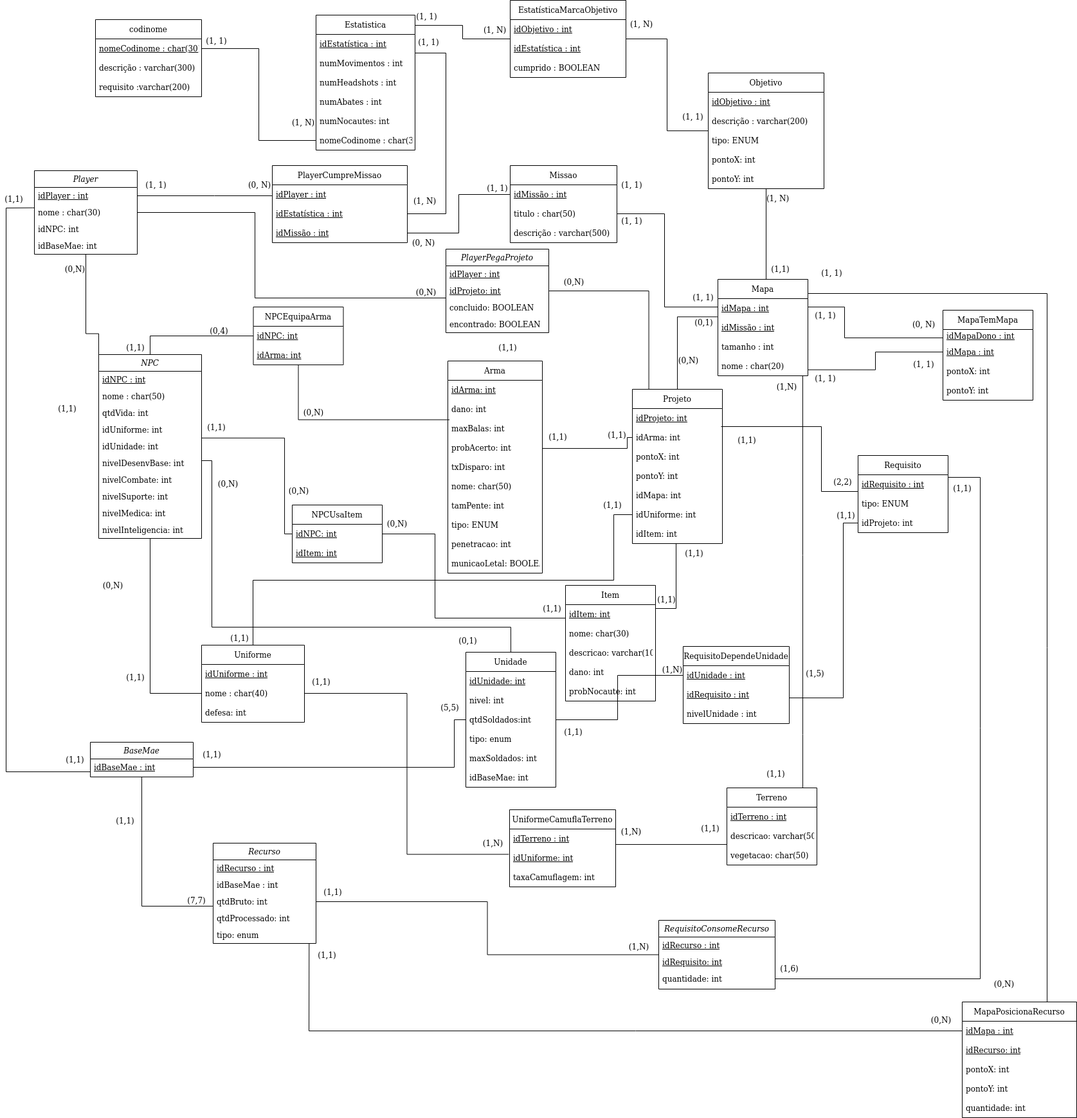
SBD1/Grupo02-MetalGearSolid keeps this draw.io diagram as documentos/MREL/MREL_V3.0drawio.drawio.png. Above is the earlier version. Source tidied: cells renumbered, new cells last; positions are measured from the earlier drawing's top-left corner, leaving out a move shared by most shapes.
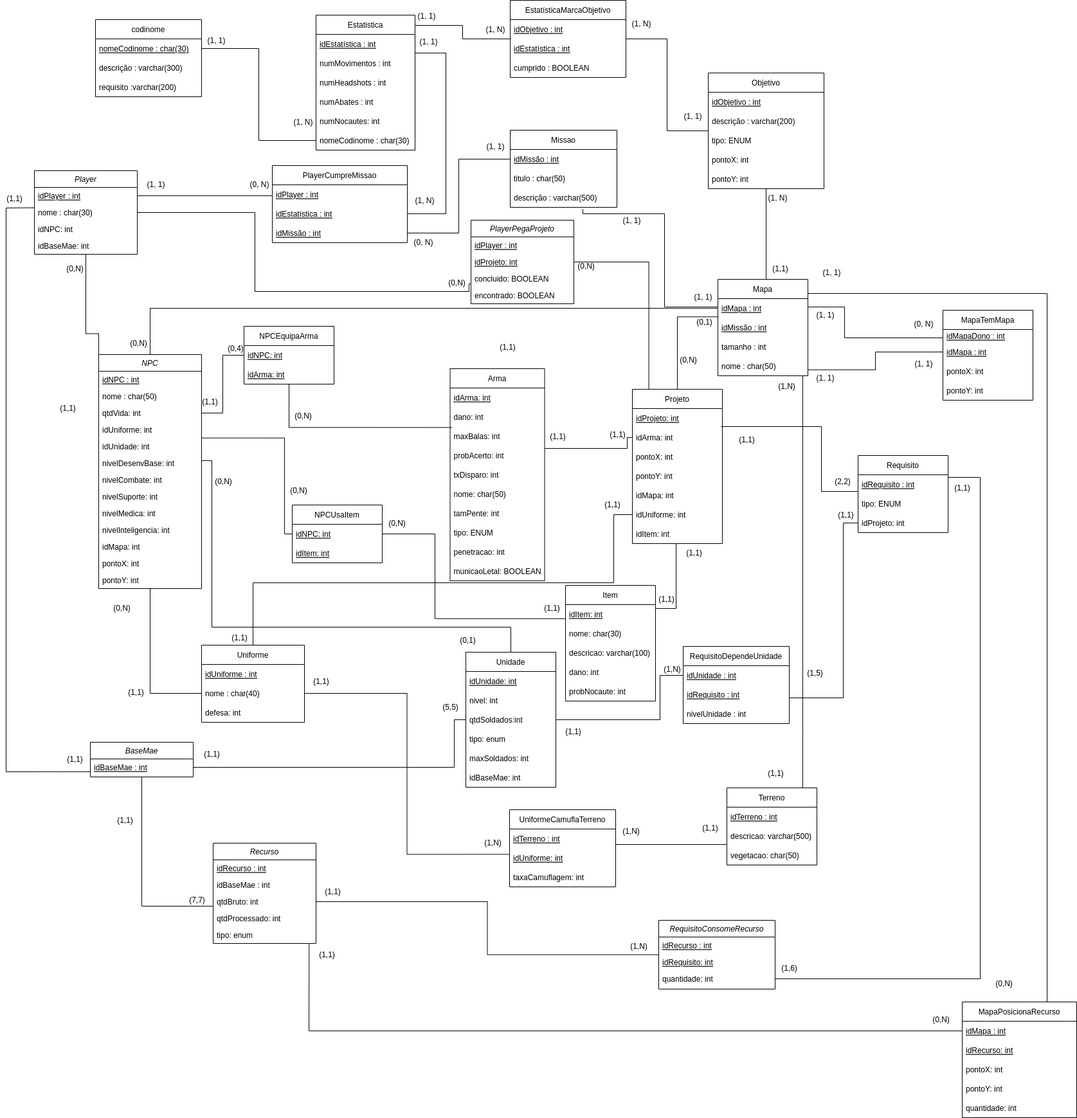
After the commit.

Commit message:
MREL atualizado, NPC nao tinha como ser posicionado no mapa antes

The edit, as a diff of the source:
```diff
@@ -56,7 +56,7 @@
       <mxGeometry y="180" width="154" height="30" as="geometry" />
     </mxCell>
     <mxCell id="19" value="Missao" style="swimlane;fontStyle=0;horizontal=1;startSize=30;" parent="1" vertex="1">
-      <mxGeometry x="793" y="257" width="166" height="120" as="geometry" />
+      <mxGeometry x="793" y="202" width="166" height="120" as="geometry" />
     </mxCell>
     <mxCell id="20" value="idMissão : int" style="text;strokeColor=none;fillColor=none;align=left;verticalAlign=middle;spacingLeft=4;spacingRight=4;overflow=hidden;points=[[0,0.5],[1,0.5]];portConstraint=eastwest;fontStyle=4;" parent="19" vertex="1">
       <mxGeometry y="30" width="166" height="30" as="geometry" />
@@ -114,7 +114,7 @@
     <mxCell id="34" value="tamanho : int" style="text;strokeColor=none;fillColor=none;align=left;verticalAlign=middle;spacingLeft=4;spacingRight=4;overflow=hidden;" parent="31" vertex="1">
       <mxGeometry y="90" width="140" height="30" as="geometry" />
     </mxCell>
-    <mxCell id="35" value="nome : char(20)" style="text;strokeColor=none;fillColor=none;align=left;verticalAlign=middle;spacingLeft=4;spacingRight=4;overflow=hidden;points=[[0,0.5],[1,0.5]];portConstraint=eastwest;" parent="31" vertex="1">
+    <mxCell id="35" value="nome : char(50)" style="text;strokeColor=none;fillColor=none;align=left;verticalAlign=middle;spacingLeft=4;spacingRight=4;overflow=hidden;points=[[0,0.5],[1,0.5]];portConstraint=eastwest;" parent="31" vertex="1">
       <mxGeometry y="120" width="140" height="30" as="geometry" />
     </mxCell>
     <mxCell id="36" style="edgeStyle=orthogonalEdgeStyle;rounded=0;jettySize=auto;html=1;entryX=1;entryY=0.5;entryDx=0;entryDy=0;endArrow=none;endFill=0;" parent="1" edge="1" source="13" target="10">
@@ -128,9 +128,10 @@
     <mxCell id="37" style="edgeStyle=orthogonalEdgeStyle;rounded=0;jettySize=auto;html=1;entryX=0;entryY=0.5;entryDx=0;entryDy=0;endArrow=none;endFill=0;" parent="1" edge="1" source="11" target="20">
       <mxGeometry relative="1" as="geometry" />
     </mxCell>
-    <mxCell id="38" style="edgeStyle=orthogonalEdgeStyle;rounded=0;jettySize=auto;html=1;endArrow=none;endFill=0;" parent="1" edge="1" source="21" target="31">
+    <mxCell id="38" style="edgeStyle=orthogonalEdgeStyle;rounded=0;jettySize=auto;html=1;endArrow=none;endFill=0;exitX=0.681;exitY=1.1;exitDx=0;exitDy=0;exitPerimeter=0;" parent="1" edge="1" source="22" target="31">
       <mxGeometry relative="1" as="geometry">
         <Array as="points">
+          <mxPoint x="906" y="332" />
           <mxPoint x="1033" y="332" />
           <mxPoint x="1033" y="477" />
         </Array>
@@ -140,11 +141,8 @@
       <mxGeometry x="636" y="299" width="48" height="26" as="geometry" />
     </mxCell>
     <mxCell id="40" value="(1, 1)" style="text;html=1;align=center;verticalAlign=middle;strokeColor=none;fillColor=none;" parent="1" vertex="1">
-      <mxGeometry x="743" y="277" width="60" height="30" as="geometry" />
+      <mxGeometry x="739.5" y="213" width="60" height="30" as="geometry" />
     </mxCell>
-    <mxCell id="41" value="(1, 1)" style="text;html=1;align=center;verticalAlign=middle;strokeColor=none;fillColor=none;" parent="1" vertex="1">
-      <mxGeometry x="951.5" y="272" width="60" height="30" as="geometry" />
-    </mxCell>
     <mxCell id="42" value="(1, 1)" style="text;html=1;align=center;verticalAlign=middle;strokeColor=none;fillColor=none;" parent="1" vertex="1">
       <mxGeometry x="1070" y="449" width="46" height="26" as="geometry" />
     </mxCell>
@@ -210,7 +208,7 @@
       </mxGeometry>
     </mxCell>
     <mxCell id="60" value="NPC" style="swimlane;fontStyle=2;align=center;verticalAlign=top;horizontal=1;startSize=26;rounded=0;shadow=0;strokeWidth=1;" parent="1" vertex="1">
-      <mxGeometry x="153" y="551" width="160" height="286" as="geometry" />
+      <mxGeometry x="153" y="551" width="160" height="364" as="geometry" />
     </mxCell>
     <mxCell id="61" value="idNPC : int " style="text;align=left;verticalAlign=top;spacingLeft=4;spacingRight=4;overflow=hidden;fontStyle=4;" parent="60" vertex="1">
       <mxGeometry y="26" width="160" height="26" as="geometry" />
@@ -242,6 +240,15 @@
     <mxCell id="70" value="nivelInteligencia: int" style="text;align=left;verticalAlign=top;spacingLeft=4;spacingRight=4;overflow=hidden;rounded=0;shadow=0;html=0;" parent="60" vertex="1">
       <mxGeometry y="260" width="160" height="26" as="geometry" />
     </mxCell>
+    <mxCell id="246" value="idMapa: int" style="text;align=left;verticalAlign=top;spacingLeft=4;spacingRight=4;overflow=hidden;rounded=0;shadow=0;html=0;" parent="60" vertex="1">
+      <mxGeometry y="286" width="160" height="26" as="geometry" />
+    </mxCell>
+    <mxCell id="247" value="pontoX: int" style="text;align=left;verticalAlign=top;spacingLeft=4;spacingRight=4;overflow=hidden;rounded=0;shadow=0;html=0;" parent="60" vertex="1">
+      <mxGeometry y="312" width="160" height="26" as="geometry" />
+    </mxCell>
+    <mxCell id="248" value="pontoY: int" style="text;align=left;verticalAlign=top;spacingLeft=4;spacingRight=4;overflow=hidden;rounded=0;shadow=0;html=0;" parent="60" vertex="1">
+      <mxGeometry y="338" width="160" height="26" as="geometry" />
+    </mxCell>
     <mxCell id="71" value="Uniforme" style="swimlane;fontStyle=0;horizontal=1;startSize=30;" parent="1" vertex="1">
       <mxGeometry x="313" y="1003" width="160" height="120" as="geometry" />
     </mxCell>
@@ -261,10 +268,10 @@
       </mxGeometry>
     </mxCell>
     <mxCell id="76" value="(0,N)" style="text;html=1;align=center;verticalAlign=middle;strokeColor=none;fillColor=none;" parent="1" vertex="1">
-      <mxGeometry x="153" y="897" width="45" height="26" as="geometry" />
+      <mxGeometry x="166" y="933" width="45" height="26" as="geometry" />
     </mxCell>
     <mxCell id="77" value="(1,1)" style="text;html=1;align=center;verticalAlign=middle;strokeColor=none;fillColor=none;" parent="1" vertex="1">
-      <mxGeometry x="189" y="1040" width="43" height="26" as="geometry" />
+      <mxGeometry x="189" y="1064" width="43" height="26" as="geometry" />
     </mxCell>
     <mxCell id="78" style="edgeStyle=orthogonalEdgeStyle;rounded=0;jettySize=auto;html=1;exitX=0.5;exitY=1;exitDx=0;exitDy=0;entryX=-0.003;entryY=0.769;entryDx=0;entryDy=0;entryPerimeter=0;endArrow=none;endFill=0;" parent="1" edge="1" source="79" target="85">
       <mxGeometry relative="1" as="geometry" />
@@ -382,7 +389,7 @@
       </mxGeometry>
     </mxCell>
     <mxCell id="109" value="Arma" style="swimlane;fontStyle=0;horizontal=1;startSize=30;" parent="1" vertex="1">
-      <mxGeometry x="696" y="561" width="147" height="330" as="geometry" />
+      <mxGeometry x="699.5" y="573" width="147" height="330" as="geometry" />
     </mxCell>
     <mxCell id="110" value="idArma: int" style="text;strokeColor=none;fillColor=none;align=left;verticalAlign=middle;spacingLeft=4;spacingRight=4;overflow=hidden;fontStyle=4;" parent="109" vertex="1">
       <mxGeometry y="30" width="147" height="30" as="geometry" />
@@ -503,10 +510,10 @@
       <mxGeometry x="83" y="622" width="43" height="26" as="geometry" />
     </mxCell>
     <mxCell id="142" value="(0,4)" style="text;html=1;align=center;verticalAlign=middle;strokeColor=none;fillColor=none;" parent="1" vertex="1">
-      <mxGeometry x="318" y="501" width="43" height="26" as="geometry" />
+      <mxGeometry x="344" y="529" width="43" height="26" as="geometry" />
     </mxCell>
     <mxCell id="143" value="(0,N)" style="text;html=1;align=center;verticalAlign=middle;strokeColor=none;fillColor=none;" parent="1" vertex="1">
-      <mxGeometry x="639" y="441" width="45" height="26" as="geometry" />
+      <mxGeometry x="687" y="427" width="45" height="26" as="geometry" />
     </mxCell>
     <mxCell id="144" value="(0,N)" style="text;html=1;align=center;verticalAlign=middle;strokeColor=none;fillColor=none;" parent="1" vertex="1">
       <mxGeometry x="441" y="750" width="45" height="26" as="geometry" />
@@ -518,7 +525,7 @@
       <mxGeometry x="705" y="983" width="43" height="26" as="geometry" />
     </mxCell>
     <mxCell id="147" value="(0,N)" style="text;html=1;align=center;verticalAlign=middle;strokeColor=none;fillColor=none;" parent="1" vertex="1">
-      <mxGeometry x="331" y="739" width="45" height="26" as="geometry" />
+      <mxGeometry x="324" y="736" width="45" height="26" as="geometry" />
     </mxCell>
     <mxCell id="148" value="(1,1)" style="text;html=1;align=center;verticalAlign=middle;strokeColor=none;fillColor=none;" parent="1" vertex="1">
       <mxGeometry y="296" width="43" height="26" as="geometry" />
@@ -576,8 +583,8 @@
     <mxCell id="164" style="edgeStyle=orthogonalEdgeStyle;rounded=0;jettySize=auto;html=1;endArrow=none;endFill=0;entryX=0;entryY=0.5;entryDx=0;entryDy=0;" parent="1" edge="1" source="134" target="161">
       <mxGeometry relative="1" as="geometry">
         <Array as="points">
-          <mxPoint x="960" y="1119" />
-          <mxPoint x="960" y="1050" />
+          <mxPoint x="1026" y="1119" />
+          <mxPoint x="1026" y="1050" />
         </Array>
       </mxGeometry>
     </mxCell>
@@ -699,8 +706,8 @@
     <mxCell id="200" style="edgeStyle=orthogonalEdgeStyle;rounded=0;jettySize=auto;html=1;entryX=0;entryY=0.5;entryDx=0;entryDy=0;endArrow=none;endFill=0;" parent="1" edge="1" source="71" target="106">
       <mxGeometry relative="1" as="geometry">
         <Array as="points">
-          <mxPoint x="393" y="902" />
-          <mxPoint x="954" y="902" />
+          <mxPoint x="393" y="906" />
+          <mxPoint x="954" y="906" />
           <mxPoint x="954" y="800" />
         </Array>
       </mxGeometry>
@@ -709,7 +716,7 @@
       <mxGeometry relative="1" as="geometry" />
     </mxCell>
     <mxCell id="202" value="NPCEquipaArma" style="swimlane;fontStyle=0;horizontal=1;startSize=30;" parent="1" vertex="1">
-      <mxGeometry x="393.5" y="477" width="140" height="90" as="geometry" />
+      <mxGeometry x="379" y="507" width="140" height="90" as="geometry" />
     </mxCell>
     <mxCell id="203" value="idNPC: int" style="text;strokeColor=none;fillColor=none;align=left;verticalAlign=middle;spacingLeft=4;spacingRight=4;overflow=hidden;points=[[0,0.5],[1,0.5]];portConstraint=eastwest;fontStyle=4;" parent="202" vertex="1">
       <mxGeometry y="30" width="140" height="30" as="geometry" />
@@ -781,17 +788,17 @@
     <mxCell id="220" value="(1,1)" style="text;html=1;align=center;verticalAlign=middle;strokeColor=none;fillColor=none;" parent="1" vertex="1">
       <mxGeometry x="1191" y="405" width="43" height="26" as="geometry" />
     </mxCell>
-    <mxCell id="221" style="edgeStyle=orthogonalEdgeStyle;rounded=0;jettySize=auto;html=1;endArrow=none;endFill=0;" parent="1" edge="1" source="203" target="60">
+    <mxCell id="221" style="edgeStyle=orthogonalEdgeStyle;rounded=0;jettySize=auto;html=1;endArrow=none;endFill=0;entryX=1;entryY=0.5;entryDx=0;entryDy=0;" parent="1" edge="1" source="203" target="63">
       <mxGeometry relative="1" as="geometry" />
     </mxCell>
     <mxCell id="222" value="(1,1)" style="text;html=1;align=center;verticalAlign=middle;strokeColor=none;fillColor=none;" parent="1" vertex="1">
       <mxGeometry x="767" y="527" width="43" height="26" as="geometry" />
     </mxCell>
-    <mxCell id="223" value="(1,1)" style="text;html=1;align=center;verticalAlign=middle;strokeColor=none;fillColor=none;" parent="1" vertex="1">
-      <mxGeometry x="189" y="527" width="43" height="26" as="geometry" />
+    <mxCell id="223" value="(0,N)" style="text;html=1;align=center;verticalAlign=middle;strokeColor=none;fillColor=none;" parent="1" vertex="1">
+      <mxGeometry x="192" y="521" width="45" height="26" as="geometry" />
     </mxCell>
     <mxCell id="224" value="(1,1)" style="text;html=1;align=center;verticalAlign=middle;strokeColor=none;fillColor=none;" parent="1" vertex="1">
-      <mxGeometry x="314.5" y="651" width="43" height="26" as="geometry" />
+      <mxGeometry x="304" y="612" width="43" height="26" as="geometry" />
     </mxCell>
     <mxCell id="225" value="(1,1)" style="text;html=1;align=center;verticalAlign=middle;strokeColor=none;fillColor=none;" parent="1" vertex="1">
       <mxGeometry x="836" y="933" width="43" height="26" as="geometry" />
@@ -800,7 +807,7 @@
       <mxGeometry x="35.5" y="405" width="160" height="26" as="geometry" />
     </mxCell>
     <mxCell id="227" value="PlayerPegaProjeto" style="swimlane;fontStyle=2;align=center;verticalAlign=top;horizontal=1;startSize=26;rounded=0;shadow=0;strokeWidth=1;" parent="1" vertex="1">
-      <mxGeometry x="693" y="387" width="160" height="130" as="geometry" />
+      <mxGeometry x="732" y="342" width="160" height="130" as="geometry" />
     </mxCell>
     <mxCell id="228" value="idPlayer : int " style="text;align=left;verticalAlign=top;spacingLeft=4;spacingRight=4;overflow=hidden;fontStyle=4;" parent="227" vertex="1">
       <mxGeometry y="26" width="160" height="26" as="geometry" />
@@ -814,12 +821,13 @@
     <mxCell id="231" value="encontrado: BOOLEAN" style="text;align=left;verticalAlign=top;spacingLeft=4;spacingRight=4;overflow=hidden;rounded=0;shadow=0;html=0;" parent="227" vertex="1">
       <mxGeometry y="104" width="160" height="26" as="geometry" />
     </mxCell>
-    <mxCell id="232" style="edgeStyle=orthogonalEdgeStyle;rounded=0;jettySize=auto;html=1;endArrow=none;endFill=0;" parent="1" edge="1" source="5">
+    <mxCell id="232" style="edgeStyle=orthogonalEdgeStyle;rounded=0;jettySize=auto;html=1;endArrow=none;endFill=0;entryX=-0.006;entryY=0.808;entryDx=0;entryDy=0;entryPerimeter=0;" parent="1" edge="1" source="5" target="230">
       <mxGeometry relative="1" as="geometry">
-        <mxPoint x="693" y="463" as="targetPoint" />
         <Array as="points">
           <mxPoint x="396" y="330" />
-          <mxPoint x="396" y="463" />
+          <mxPoint x="396" y="453" />
+          <mxPoint x="729" y="453" />
+          <mxPoint x="729" y="441" />
         </Array>
       </mxGeometry>
     </mxCell>
@@ -827,10 +835,10 @@
       <mxGeometry relative="1" as="geometry" />
     </mxCell>
     <mxCell id="234" value="(0,N)" style="text;html=1;align=center;verticalAlign=middle;strokeColor=none;fillColor=none;" parent="1" vertex="1">
-      <mxGeometry x="464" y="628" width="45" height="26" as="geometry" />
+      <mxGeometry x="448.5" y="634" width="45" height="26" as="geometry" />
     </mxCell>
     <mxCell id="235" value="(0,N)" style="text;html=1;align=center;verticalAlign=middle;strokeColor=none;fillColor=none;" parent="1" vertex="1">
-      <mxGeometry x="869" y="425" width="45" height="26" as="geometry" />
+      <mxGeometry x="888" y="401" width="45" height="26" as="geometry" />
     </mxCell>
     <mxCell id="236" style="edgeStyle=orthogonalEdgeStyle;rounded=0;jettySize=auto;html=1;endArrow=none;endFill=0;" parent="1" edge="1" source="238" target="24">
       <mxGeometry relative="1" as="geometry" />
@@ -867,5 +875,12 @@
     <mxCell id="245" value="(1, 1)" style="text;html=1;align=center;verticalAlign=middle;strokeColor=none;fillColor=none;" parent="1" vertex="1">
       <mxGeometry x="1052" y="168" width="50" height="26" as="geometry" />
     </mxCell>
+    <mxCell id="249" style="edgeStyle=orthogonalEdgeStyle;rounded=0;jettySize=auto;html=1;endArrow=none;endFill=0;" parent="1" edge="1" source="32" target="60">
+      <mxGeometry relative="1" as="geometry">
+        <Array as="points">
+          <mxPoint x="233" y="479" />
+        </Array>
+      </mxGeometry>
+    </mxCell>
   </root>
 </mxGraphModel>
```
